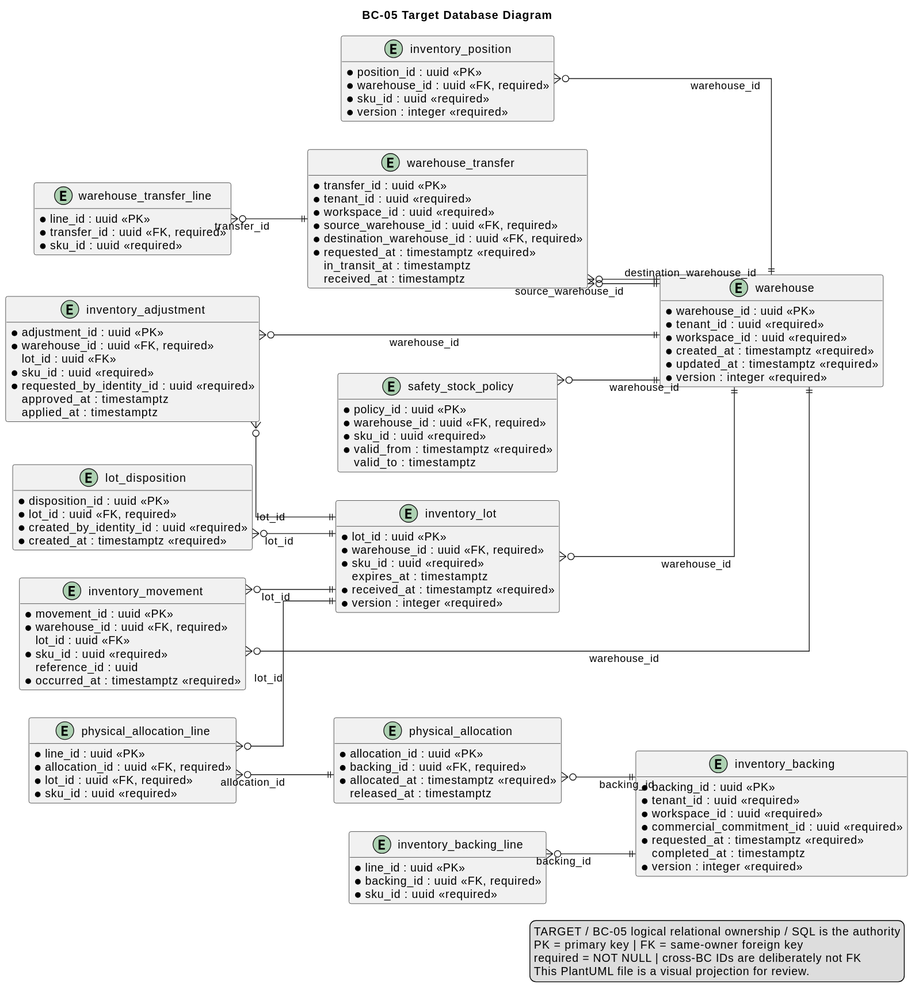
Above: report/assets/chapter-2/tactical/BC-05/database-diagram.svg in nexa-suite/mobile-report (PlantUML), before the change.
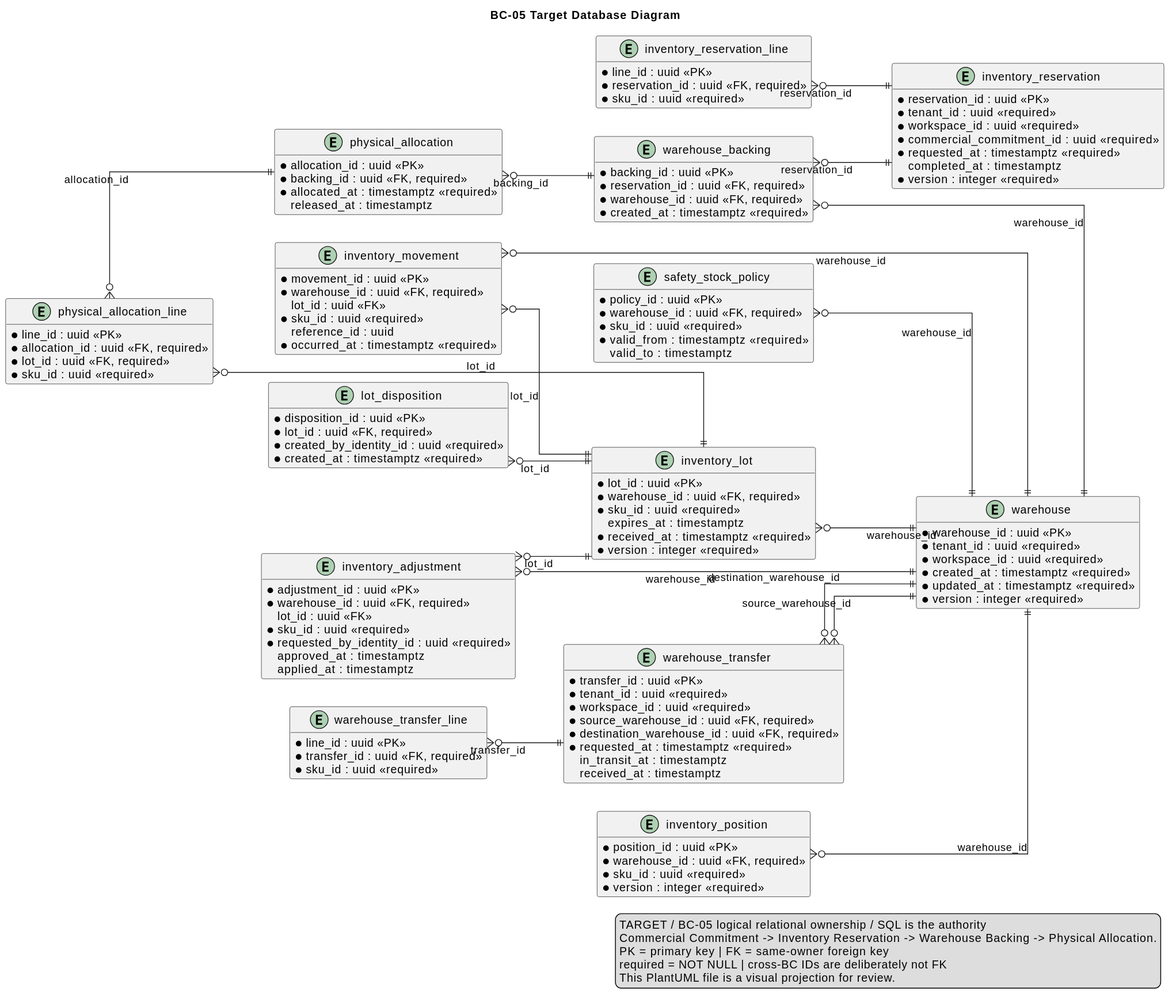
Above is the later version.

The edit, as a diff of the source:
```diff
@@ -67,8 +67,8 @@
     valid_to : timestamptz
 }
 
-entity "inventory_backing" as t_inventory_backing {
-  * backing_id : uuid <<PK>>
+entity "inventory_reservation" as t_inventory_reservation {
+  * reservation_id : uuid <<PK>>
   * tenant_id : uuid <<required>>
   * workspace_id : uuid <<required>>
   * commercial_commitment_id : uuid <<required>>
@@ -78,12 +78,21 @@
   * version : integer <<required>>
 }
 
-entity "inventory_backing_line" as t_inventory_backing_line {
+entity "inventory_reservation_line" as t_inventory_reservation_line {
   * line_id : uuid <<PK>>
-  * backing_id : uuid <<FK, required>>
+  * reservation_id : uuid <<FK, required>>
   * sku_id : uuid <<required>>
   * requested_quantity : numeric(19,6) <<required>>
+  * reserved_quantity : numeric(19,6) <<required>>
+}
+
+entity "warehouse_backing" as t_warehouse_backing {
+  * backing_id : uuid <<PK>>
+  * reservation_id : uuid <<FK, required>>
+  * warehouse_id : uuid <<FK, required>>
+  * status : varchar(32) <<required>>
   * backed_quantity : numeric(19,6) <<required>>
+  * created_at : timestamptz <<required>>
 }
 
 entity "physical_allocation" as t_physical_allocation {
@@ -151,8 +160,10 @@
 t_inventory_movement }o--|| t_warehouse : warehouse_id
 t_inventory_movement }o--|| t_inventory_lot : lot_id
 t_safety_stock_policy }o--|| t_warehouse : warehouse_id
-t_inventory_backing_line }o--|| t_inventory_backing : backing_id
-t_physical_allocation }o--|| t_inventory_backing : backing_id
+t_inventory_reservation_line }o--|| t_inventory_reservation : reservation_id
+t_warehouse_backing }o--|| t_inventory_reservation : reservation_id
+t_warehouse_backing }o--|| t_warehouse : warehouse_id
+t_physical_allocation }o--|| t_warehouse_backing : backing_id
 t_physical_allocation_line }o--|| t_physical_allocation : allocation_id
 t_physical_allocation_line }o--|| t_inventory_lot : lot_id
 t_inventory_adjustment }o--|| t_warehouse : warehouse_id
@@ -164,6 +175,7 @@
 
 legend right
 TARGET / BC-05 logical relational ownership / SQL is the authority
+Commercial Commitment -> Inventory Reservation -> Warehouse Backing -> Physical Allocation.
 PK = primary key | FK = same-owner foreign key
 required = NOT NULL | cross-BC IDs are deliberately not FK
 This PlantUML file is a visual projection for review.
```
